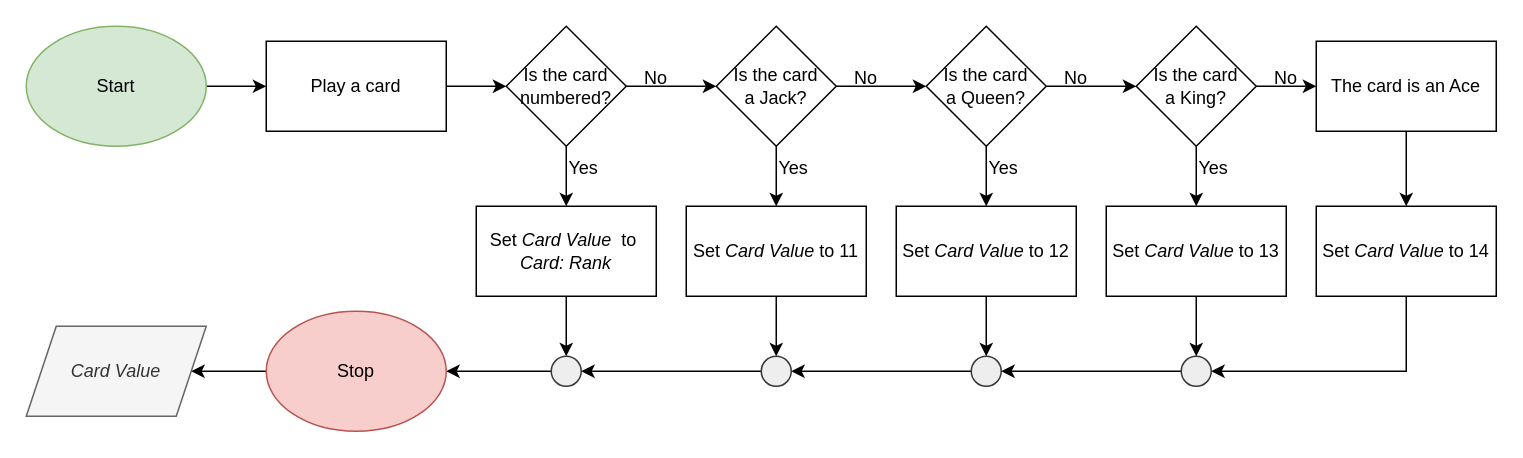
Above: cardValueDiagram.drawio in fabianlegair/techelevator (draw.io), before the change. Source tidied: cells renumbered, new cells numbered last; positions are measured from the earlier drawing's top-left corner, leaving out a move shared by most shapes. Both pictures are drawn from the tidied source at 150%, with x=0, y=0 at pixel (26, 26).
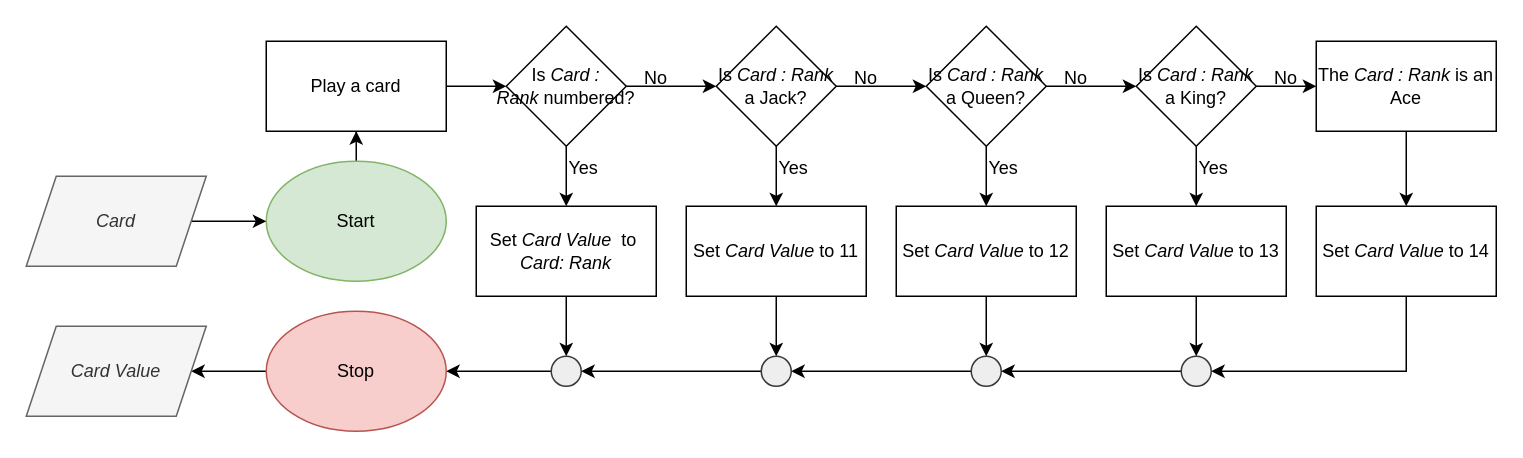
The same diagram, later.

The edit, as a diff of the source:
```diff
@@
     <mxCell id="3" value="Start" style="ellipse;whiteSpace=wrap;html=1;fillColor=#d5e8d4;strokeColor=#82b366;" parent="1" vertex="1">
-      <mxGeometry width="120" height="80" as="geometry" />
+      <mxGeometry x="160" y="90" width="120" height="80" as="geometry" />
     </mxCell>
@@
-    <mxCell id="8" value="Is the card numbered?" style="rhombus;whiteSpace=wrap;html=1;" parent="1" vertex="1">
+    <mxCell id="8" value="Is&amp;nbsp;&lt;i style=&quot;border-color: var(--border-color);&quot;&gt;Card : Rank&lt;/i&gt;&amp;nbsp;numbered?" style="rhombus;whiteSpace=wrap;html=1;" parent="1" vertex="1">
       <mxGeometry x="320" width="80" height="80" as="geometry" />
     </mxCell>
@@
-    <mxCell id="11" value="Is the card&lt;br&gt;a Jack?" style="rhombus;whiteSpace=wrap;html=1;" parent="1" vertex="1">
+    <mxCell id="11" value="Is &lt;i&gt;Card : Rank&lt;/i&gt;&lt;br&gt;a Jack?" style="rhombus;whiteSpace=wrap;html=1;" parent="1" vertex="1">
       <mxGeometry x="460" width="80" height="80" as="geometry" />
     </mxCell>
@@
-    <mxCell id="14" value="Is the card&lt;br&gt;a Queen?" style="rhombus;whiteSpace=wrap;html=1;" parent="1" vertex="1">
+    <mxCell id="14" value="Is&amp;nbsp;&lt;i style=&quot;border-color: var(--border-color);&quot;&gt;Card : Rank&lt;/i&gt;&lt;br&gt;a Queen?" style="rhombus;whiteSpace=wrap;html=1;" parent="1" vertex="1">
       <mxGeometry x="600" width="80" height="80" as="geometry" />
     </mxCell>
@@
-    <mxCell id="17" value="Is the card&lt;br&gt;a King?" style="rhombus;whiteSpace=wrap;html=1;" parent="1" vertex="1">
+    <mxCell id="17" value="Is&amp;nbsp;&lt;i style=&quot;border-color: var(--border-color);&quot;&gt;Card : Rank&lt;/i&gt;&lt;br&gt;a King?" style="rhombus;whiteSpace=wrap;html=1;" parent="1" vertex="1">
       <mxGeometry x="740" width="80" height="80" as="geometry" />
     </mxCell>
@@
-    <mxCell id="45" value="The card is an Ace" style="rounded=0;whiteSpace=wrap;html=1;" parent="1" vertex="1">
+    <mxCell id="45" value="The&amp;nbsp;&lt;i style=&quot;border-color: var(--border-color);&quot;&gt;Card : Rank&amp;nbsp;&lt;/i&gt;is an Ace" style="rounded=0;whiteSpace=wrap;html=1;" parent="1" vertex="1">
       <mxGeometry x="860" y="10" width="120" height="60" as="geometry" />
     </mxCell>
@@
+    <mxCell id="49" style="edgeStyle=orthogonalEdgeStyle;rounded=0;jettySize=auto;html=1;" parent="1" edge="1" source="50" target="3">
+      <mxGeometry relative="1" as="geometry" />
+    </mxCell>
+    <mxCell id="50" value="&lt;i&gt;Card&lt;/i&gt;" style="shape=parallelogram;perimeter=parallelogramPerimeter;whiteSpace=wrap;html=1;fixedSize=1;fillColor=#f5f5f5;fontColor=#333333;strokeColor=#666666;" parent="1" vertex="1">
+      <mxGeometry y="100" width="120" height="60" as="geometry" />
+    </mxCell>
```
